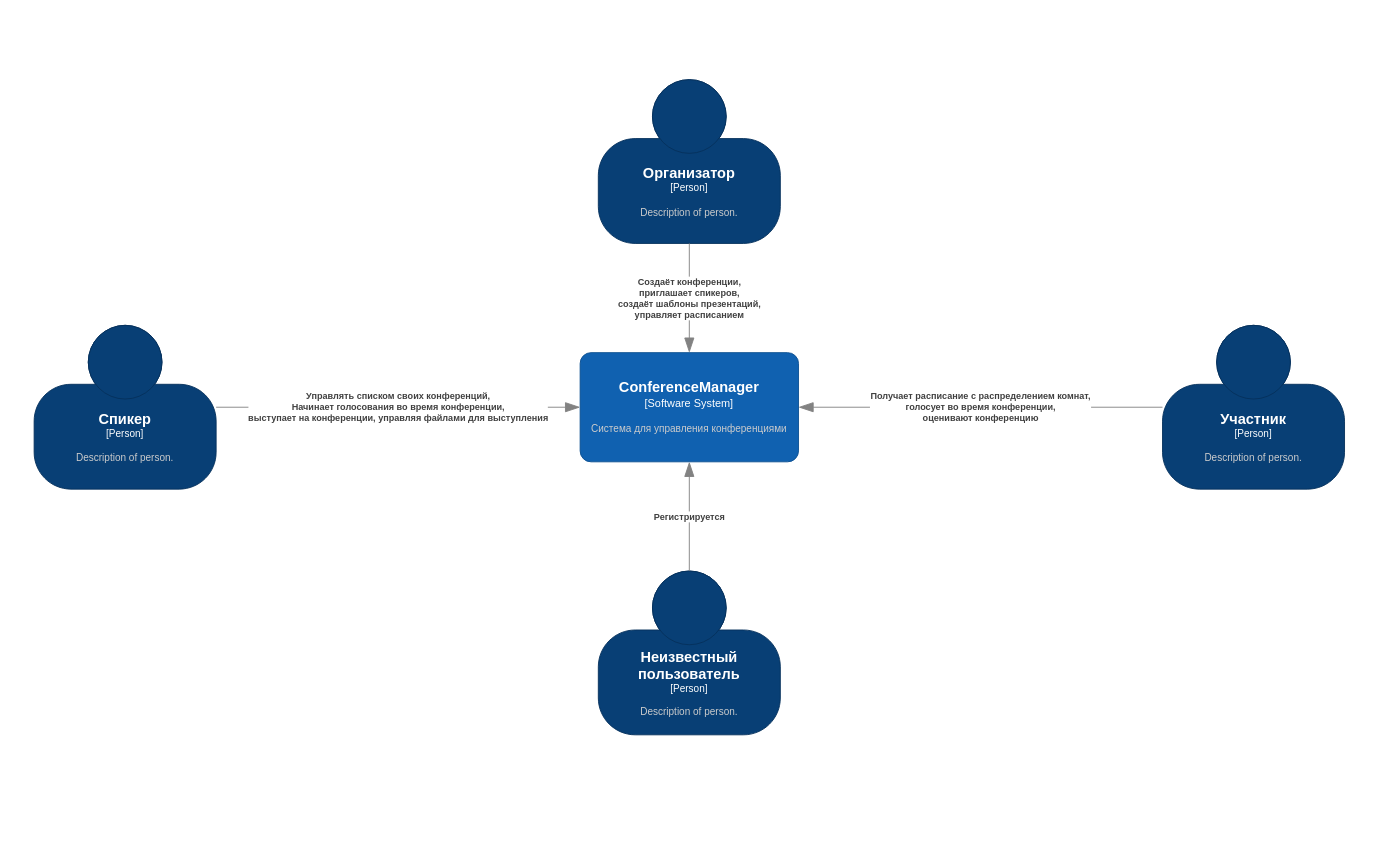
Above: Lab Work 2/pictures/c4_context_xml.drawio in DmitryZubarev/Architecture (draw.io), before the change. Source tidied: cells renumbered, new cells numbered last; positions are measured from the earlier drawing's top-left corner, leaving out a move shared by most shapes. Both pictures are drawn from the tidied source at 91%, with x=0, y=0 at pixel (34, 79).
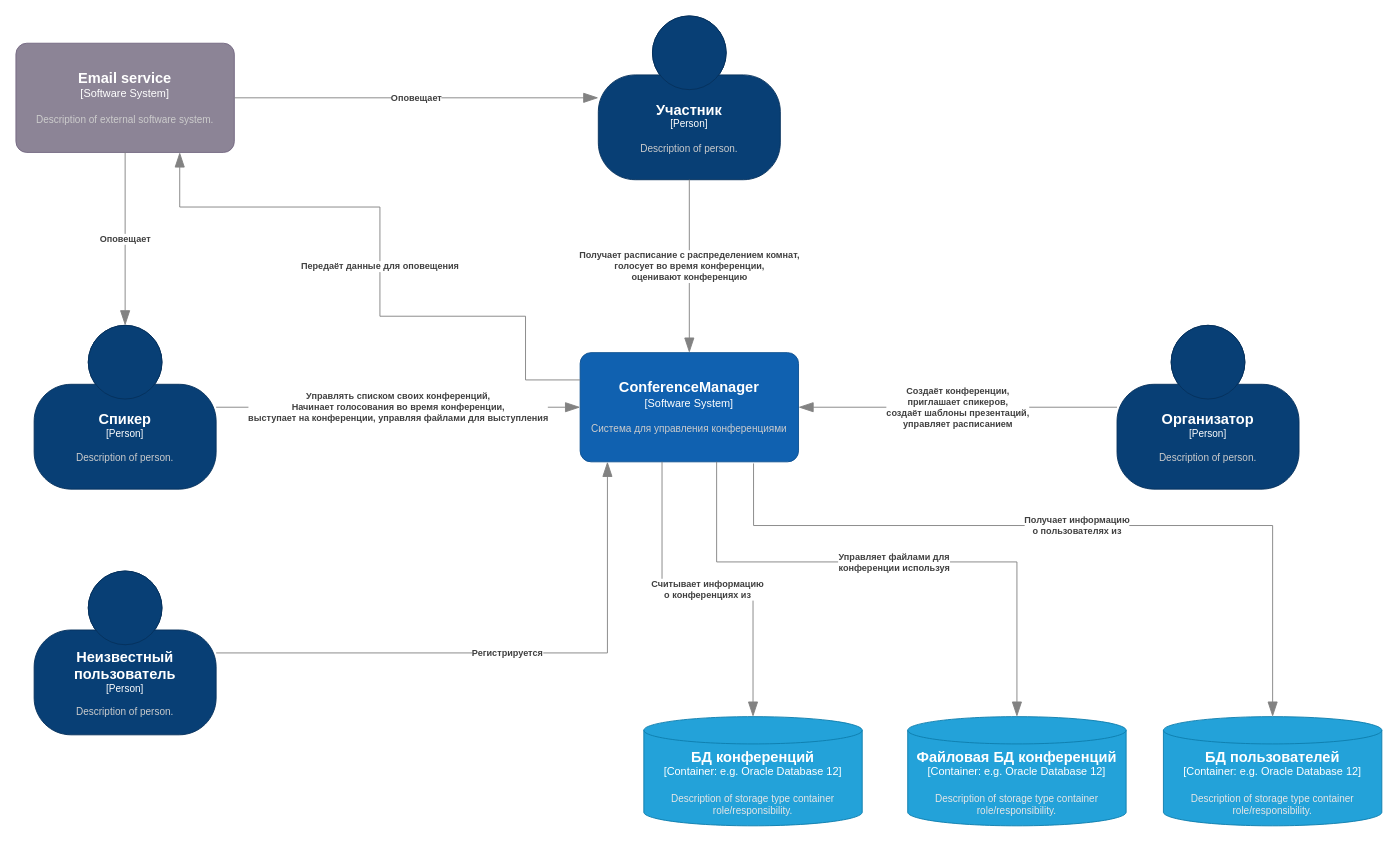
Above is the later version.

The change refers to these unchanged cells:
```xml
<object id="3" label="&lt;font style=&quot;font-size: 16px&quot;&gt;&lt;b&gt;%c4Name%&lt;/b&gt;&lt;/font&gt;&lt;div&gt;[%c4Type%]&lt;/div&gt;&lt;br&gt;&lt;div&gt;&lt;font style=&quot;font-size: 11px&quot;&gt;&lt;font color=&quot;#cccccc&quot;&gt;%c4Description%&lt;/font&gt;&lt;/div&gt;" c4Description="Description of person." c4Name="Спикер" c4Type="Person" placeholders="1">
  <mxCell style="html=1;fontSize=11;dashed=0;whiteSpace=wrap;fillColor=#083F75;strokeColor=#06315C;fontColor=#ffffff;shape=mxgraph.c4.person2;align=center;points=[[0.5,0,0],[1,0.5,0],[1,0.75,0],[0.75,1,0],[0.5,1,0],[0.25,1,0],[0,0.75,0],[0,0.5,0]];" parent="1" vertex="1">
    <mxGeometry y="270" width="200" height="180" as="geometry" />
  </mxCell>
</object>
<object id="9" label="&lt;font style=&quot;font-size: 16px&quot;&gt;&lt;b&gt;%c4Name%&lt;/b&gt;&lt;/font&gt;&lt;div&gt;[%c4Type%]&lt;/div&gt;&lt;br&gt;&lt;div&gt;&lt;font style=&quot;font-size: 11px&quot;&gt;&lt;font color=&quot;#cccccc&quot;&gt;%c4Description%&lt;/font&gt;&lt;/div&gt;" c4Description="Система для управления конференциями" c4Name="ConferenceManager" c4Type="Software System" placeholders="1">
  <mxCell style="rounded=1;whiteSpace=wrap;html=1;labelBackgroundColor=none;fillColor=#1061B0;fontColor=#ffffff;align=center;arcSize=10;strokeColor=#0D5091;points=[[0.25,0,0],[0.5,0,0],[0.75,0,0],[1,0.25,0],[1,0.5,0],[1,0.75,0],[0.75,1,0],[0.5,1,0],[0.25,1,0],[0,0.75,0],[0,0.5,0],[0,0.25,0]];" parent="1" vertex="1">
    <mxGeometry x="600" y="300" width="240" height="120" as="geometry" />
  </mxCell>
</object>
```

What changed in the source:
```diff
@@
     <object id="2" label="&lt;font style=&quot;font-size: 16px&quot;&gt;&lt;b&gt;%c4Name%&lt;/b&gt;&lt;/font&gt;&lt;div&gt;[%c4Type%]&lt;/div&gt;&lt;br&gt;&lt;div&gt;&lt;font style=&quot;font-size: 11px&quot;&gt;&lt;font color=&quot;#cccccc&quot;&gt;%c4Description%&lt;/font&gt;&lt;/div&gt;" c4Description="Description of person." c4Name="Участник" c4Type="Person" placeholders="1">
       <mxCell style="html=1;fontSize=11;dashed=0;whiteSpace=wrap;fillColor=#083F75;strokeColor=#06315C;fontColor=#ffffff;shape=mxgraph.c4.person2;align=center;points=[[0.5,0,0],[1,0.5,0],[1,0.75,0],[0.75,1,0],[0.5,1,0],[0.25,1,0],[0,0.75,0],[0,0.5,0]];" parent="1" vertex="1">
-        <mxGeometry x="1240" y="270" width="200" height="180" as="geometry" />
+        <mxGeometry x="620" y="-70" width="200" height="180" as="geometry" />
       </mxCell>
     </object>
@@
     <object id="4" label="&lt;font style=&quot;font-size: 16px&quot;&gt;&lt;b&gt;%c4Name%&lt;/b&gt;&lt;/font&gt;&lt;div&gt;[%c4Type%]&lt;/div&gt;&lt;br&gt;&lt;div&gt;&lt;font style=&quot;font-size: 11px&quot;&gt;&lt;font color=&quot;#cccccc&quot;&gt;%c4Description%&lt;/font&gt;&lt;/div&gt;" c4Description="Description of person." c4Name="Организатор" c4Type="Person" placeholders="1">
       <mxCell style="html=1;fontSize=11;dashed=0;whiteSpace=wrap;fillColor=#083F75;strokeColor=#06315C;fontColor=#ffffff;shape=mxgraph.c4.person2;align=center;points=[[0.5,0,0],[1,0.5,0],[1,0.75,0],[0.75,1,0],[0.5,1,0],[0.25,1,0],[0,0.75,0],[0,0.5,0]];" parent="1" vertex="1">
-        <mxGeometry x="620" width="200" height="180" as="geometry" />
+        <mxGeometry x="1190" y="270" width="200" height="180" as="geometry" />
       </mxCell>
     </object>
     <object id="5" label="&lt;font style=&quot;font-size: 16px&quot;&gt;&lt;b&gt;%c4Name%&lt;/b&gt;&lt;/font&gt;&lt;div&gt;[%c4Type%]&lt;/div&gt;&lt;br&gt;&lt;div&gt;&lt;font style=&quot;font-size: 11px&quot;&gt;&lt;font color=&quot;#cccccc&quot;&gt;%c4Description%&lt;/font&gt;&lt;/div&gt;" c4Description="Description of person." c4Name="Неизвестный пользователь" c4Type="Person" placeholders="1">
       <mxCell style="html=1;fontSize=11;dashed=0;whiteSpace=wrap;fillColor=#083F75;strokeColor=#06315C;fontColor=#ffffff;shape=mxgraph.c4.person2;align=center;points=[[0.5,0,0],[1,0.5,0],[1,0.75,0],[0.75,1,0],[0.5,1,0],[0.25,1,0],[0,0.75,0],[0,0.5,0]];" parent="1" vertex="1">
-        <mxGeometry x="620" y="540" width="200" height="180" as="geometry" />
+        <mxGeometry y="540" width="200" height="180" as="geometry" />
       </mxCell>
     </object>
     <object id="6" label="&lt;div style=&quot;text-align: left&quot;&gt;&lt;div style=&quot;text-align: center&quot;&gt;&lt;b&gt;%c4Description%&lt;/b&gt;&lt;/div&gt;" c4Description="Создаёт конференции,&#10;приглашает спикеров,&#10;создаёт шаблоны презентаций,&#10;управляет расписанием" placeholders="1">
-      <mxCell style="endArrow=blockThin;html=1;fontSize=10;fontColor=#404040;strokeWidth=1;endFill=1;strokeColor=#828282;elbow=vertical;endSize=14;startSize=14;jumpStyle=arc;jumpSize=16;rounded=0;edgeStyle=orthogonalEdgeStyle;exitX=0.5;exitY=1;exitDx=0;exitDy=0;exitPerimeter=0;" parent="1" edge="1" source="4" target="9">
+      <mxCell style="endArrow=blockThin;html=1;fontSize=10;fontColor=#404040;strokeWidth=1;endFill=1;strokeColor=#828282;elbow=vertical;endSize=14;startSize=14;jumpStyle=arc;jumpSize=16;rounded=0;edgeStyle=orthogonalEdgeStyle;" parent="1" edge="1" source="4" target="9">
         <mxGeometry relative="1" as="geometry" />
       </mxCell>
     </object>
     <object id="7" label="&lt;div style=&quot;text-align: left&quot;&gt;&lt;div style=&quot;text-align: center&quot;&gt;&lt;b&gt;%c4Description%&lt;/b&gt;&lt;/div&gt;" c4Description="Регистрируется" placeholders="1">
       <mxCell style="endArrow=blockThin;html=1;fontSize=10;fontColor=#404040;strokeWidth=1;endFill=1;strokeColor=#828282;elbow=vertical;endSize=14;startSize=14;jumpStyle=arc;jumpSize=16;rounded=0;edgeStyle=orthogonalEdgeStyle;" parent="1" edge="1" source="5" target="9">
-        <mxGeometry relative="1" as="geometry" />
+        <mxGeometry relative="1" as="geometry">
+          <Array as="points">
+            <mxPoint x="630" y="630" />
+          </Array>
+        </mxGeometry>
       </mxCell>
     </object>
@@
+    <object id="11" label="&lt;font style=&quot;font-size: 16px&quot;&gt;&lt;b&gt;%c4Name%&lt;/b&gt;&lt;/font&gt;&lt;div&gt;[%c4Type%]&lt;/div&gt;&lt;br&gt;&lt;div&gt;&lt;font style=&quot;font-size: 11px&quot;&gt;&lt;font color=&quot;#cccccc&quot;&gt;%c4Description%&lt;/font&gt;&lt;/div&gt;" c4Description="Description of external software system." c4Name="Email service" c4Type="Software System" placeholders="1">
+      <mxCell style="rounded=1;whiteSpace=wrap;html=1;labelBackgroundColor=none;fillColor=#8C8496;fontColor=#ffffff;align=center;arcSize=10;strokeColor=#736782;points=[[0.25,0,0],[0.5,0,0],[0.75,0,0],[1,0.25,0],[1,0.5,0],[1,0.75,0],[0.75,1,0],[0.5,1,0],[0.25,1,0],[0,0.75,0],[0,0.5,0],[0,0.25,0]];" parent="1" vertex="1">
+        <mxGeometry x="-20" y="-40" width="240" height="120" as="geometry" />
+      </mxCell>
+    </object>
+    <object id="12" label="&lt;div style=&quot;text-align: left&quot;&gt;&lt;div style=&quot;text-align: center&quot;&gt;&lt;b&gt;%c4Description%&lt;/b&gt;&lt;/div&gt;" c4Description="Передаёт данные для оповещения" placeholders="1">
+      <mxCell style="endArrow=blockThin;html=1;fontSize=10;fontColor=#404040;strokeWidth=1;endFill=1;strokeColor=#828282;elbow=vertical;endSize=14;startSize=14;jumpStyle=arc;jumpSize=16;rounded=0;edgeStyle=orthogonalEdgeStyle;exitX=0;exitY=0.25;exitDx=0;exitDy=0;exitPerimeter=0;entryX=0.75;entryY=1;entryDx=0;entryDy=0;entryPerimeter=0;" parent="1" edge="1" source="9" target="11">
+        <mxGeometry relative="1" as="geometry">
+          <Array as="points">
+            <mxPoint x="540" y="330" />
+            <mxPoint x="540" y="260" />
+            <mxPoint x="380" y="260" />
+            <mxPoint x="380" y="140" />
+            <mxPoint x="160" y="140" />
+          </Array>
+        </mxGeometry>
+      </mxCell>
+    </object>
+    <object id="13" label="&lt;div style=&quot;text-align: left&quot;&gt;&lt;div style=&quot;text-align: center&quot;&gt;&lt;b&gt;%c4Description%&lt;/b&gt;&lt;/div&gt;" c4Description="Оповещает" placeholders="1">
+      <mxCell style="endArrow=blockThin;html=1;fontSize=10;fontColor=#404040;strokeWidth=1;endFill=1;strokeColor=#828282;elbow=vertical;endSize=14;startSize=14;jumpStyle=arc;jumpSize=16;rounded=0;edgeStyle=orthogonalEdgeStyle;exitX=0.5;exitY=1;exitDx=0;exitDy=0;exitPerimeter=0;" parent="1" edge="1" source="11" target="3">
+        <mxGeometry relative="1" as="geometry" />
+      </mxCell>
+    </object>
+    <object id="14" label="&lt;div style=&quot;text-align: left&quot;&gt;&lt;div style=&quot;text-align: center&quot;&gt;&lt;b&gt;%c4Description%&lt;/b&gt;&lt;/div&gt;" c4Description="Оповещает" placeholders="1">
+      <mxCell style="endArrow=blockThin;html=1;fontSize=10;fontColor=#404040;strokeWidth=1;endFill=1;strokeColor=#828282;elbow=vertical;endSize=14;startSize=14;jumpStyle=arc;jumpSize=16;rounded=0;edgeStyle=orthogonalEdgeStyle;exitX=1;exitY=0.5;exitDx=0;exitDy=0;exitPerimeter=0;" parent="1" edge="1" source="11" target="2">
+        <mxGeometry relative="1" as="geometry" />
+      </mxCell>
+    </object>
+    <object id="15" label="&lt;font style=&quot;font-size: 16px&quot;&gt;&lt;b&gt;%c4Type%&lt;/b&gt;&lt;/font&gt;&lt;div&gt;[%c4Container%:&amp;nbsp;%c4Technology%]&lt;/div&gt;&lt;br&gt;&lt;div&gt;&lt;font style=&quot;font-size: 11px&quot;&gt;&lt;font color=&quot;#E6E6E6&quot;&gt;%c4Description%&lt;/font&gt;&lt;/div&gt;" c4Container="Container" c4Description="Description of storage type container role/responsibility." c4Technology="e.g. Oracle Database 12" c4Type="БД конференций" placeholders="1">
+      <mxCell style="shape=cylinder3;size=15;whiteSpace=wrap;html=1;boundedLbl=1;rounded=0;labelBackgroundColor=none;fillColor=#23A2D9;fontSize=12;fontColor=#ffffff;align=center;strokeColor=#0E7DAD;points=[[0.5,0,0],[1,0.25,0],[1,0.5,0],[1,0.75,0],[0.5,1,0],[0,0.75,0],[0,0.5,0],[0,0.25,0]];" parent="1" vertex="1">
+        <mxGeometry x="670" y="700" width="240" height="120" as="geometry" />
+      </mxCell>
+    </object>
+    <object id="16" label="&lt;font style=&quot;font-size: 16px&quot;&gt;&lt;b&gt;%c4Type%&lt;/b&gt;&lt;/font&gt;&lt;div&gt;[%c4Container%:&amp;nbsp;%c4Technology%]&lt;/div&gt;&lt;br&gt;&lt;div&gt;&lt;font style=&quot;font-size: 11px&quot;&gt;&lt;font color=&quot;#E6E6E6&quot;&gt;%c4Description%&lt;/font&gt;&lt;/div&gt;" c4Container="Container" c4Description="Description of storage type container role/responsibility." c4Technology="e.g. Oracle Database 12" c4Type="Файловая БД конференций" placeholders="1">
+      <mxCell style="shape=cylinder3;size=15;whiteSpace=wrap;html=1;boundedLbl=1;rounded=0;labelBackgroundColor=none;fillColor=#23A2D9;fontSize=12;fontColor=#ffffff;align=center;strokeColor=#0E7DAD;points=[[0.5,0,0],[1,0.25,0],[1,0.5,0],[1,0.75,0],[0.5,1,0],[0,0.75,0],[0,0.5,0],[0,0.25,0]];" parent="1" vertex="1">
+        <mxGeometry x="960" y="700" width="240" height="120" as="geometry" />
+      </mxCell>
+    </object>
+    <object id="17" label="&lt;font style=&quot;font-size: 16px&quot;&gt;&lt;b&gt;%c4Type%&lt;/b&gt;&lt;/font&gt;&lt;div&gt;[%c4Container%:&amp;nbsp;%c4Technology%]&lt;/div&gt;&lt;br&gt;&lt;div&gt;&lt;font style=&quot;font-size: 11px&quot;&gt;&lt;font color=&quot;#E6E6E6&quot;&gt;%c4Description%&lt;/font&gt;&lt;/div&gt;" c4Container="Container" c4Description="Description of storage type container role/responsibility." c4Technology="e.g. Oracle Database 12" c4Type="БД пользователей" placeholders="1">
+      <mxCell style="shape=cylinder3;size=15;whiteSpace=wrap;html=1;boundedLbl=1;rounded=0;labelBackgroundColor=none;fillColor=#23A2D9;fontSize=12;fontColor=#ffffff;align=center;strokeColor=#0E7DAD;points=[[0.5,0,0],[1,0.25,0],[1,0.5,0],[1,0.75,0],[0.5,1,0],[0,0.75,0],[0,0.5,0],[0,0.25,0]];" parent="1" vertex="1">
+        <mxGeometry x="1241" y="700" width="240" height="120" as="geometry" />
+      </mxCell>
+    </object>
+    <object id="18" label="&lt;div style=&quot;text-align: left&quot;&gt;&lt;div style=&quot;text-align: center&quot;&gt;&lt;b&gt;%c4Description%&lt;/b&gt;&lt;/div&gt;" c4Description="Считывает информацию&#10;о конференциях из" placeholders="1">
+      <mxCell style="endArrow=blockThin;html=1;fontSize=10;fontColor=#404040;strokeWidth=1;endFill=1;strokeColor=#828282;elbow=vertical;endSize=14;startSize=14;jumpStyle=arc;jumpSize=16;rounded=0;edgeStyle=orthogonalEdgeStyle;entryX=0.5;entryY=0;entryDx=0;entryDy=0;entryPerimeter=0;" parent="1" edge="1" source="9" target="15">
+        <mxGeometry relative="1" as="geometry">
+          <Array as="points">
+            <mxPoint x="690" y="560" />
+            <mxPoint x="790" y="560" />
+          </Array>
+        </mxGeometry>
+      </mxCell>
+    </object>
+    <object id="19" label="&lt;div style=&quot;text-align: left&quot;&gt;&lt;div style=&quot;text-align: center&quot;&gt;&lt;b&gt;%c4Description%&lt;/b&gt;&lt;/div&gt;" c4Description="Управляет файлами для&#10;конференции используя" placeholders="1">
+      <mxCell style="endArrow=blockThin;html=1;fontSize=10;fontColor=#404040;strokeWidth=1;endFill=1;strokeColor=#828282;elbow=vertical;endSize=14;startSize=14;jumpStyle=arc;jumpSize=16;rounded=0;edgeStyle=orthogonalEdgeStyle;" parent="1" edge="1" source="9" target="16">
+        <mxGeometry relative="1" as="geometry">
+          <Array as="points">
+            <mxPoint x="750" y="530" />
+            <mxPoint x="1080" y="530" />
+          </Array>
+        </mxGeometry>
+      </mxCell>
+    </object>
+    <object id="20" label="&lt;div style=&quot;text-align: left&quot;&gt;&lt;div style=&quot;text-align: center&quot;&gt;&lt;b&gt;%c4Description%&lt;/b&gt;&lt;/div&gt;" c4Description="Получает информацию&#10;о пользователях из" placeholders="1">
+      <mxCell style="endArrow=blockThin;html=1;fontSize=10;fontColor=#404040;strokeWidth=1;endFill=1;strokeColor=#828282;elbow=vertical;endSize=14;startSize=14;jumpStyle=arc;jumpSize=16;rounded=0;edgeStyle=orthogonalEdgeStyle;exitX=0.794;exitY=1.015;exitDx=0;exitDy=0;exitPerimeter=0;entryX=0.5;entryY=0;entryDx=0;entryDy=0;entryPerimeter=0;" parent="1" edge="1" source="9" target="17">
+        <mxGeometry relative="1" as="geometry">
+          <Array as="points">
+            <mxPoint x="791" y="490" />
+            <mxPoint x="1361" y="490" />
+          </Array>
+        </mxGeometry>
+      </mxCell>
+    </object>
```
